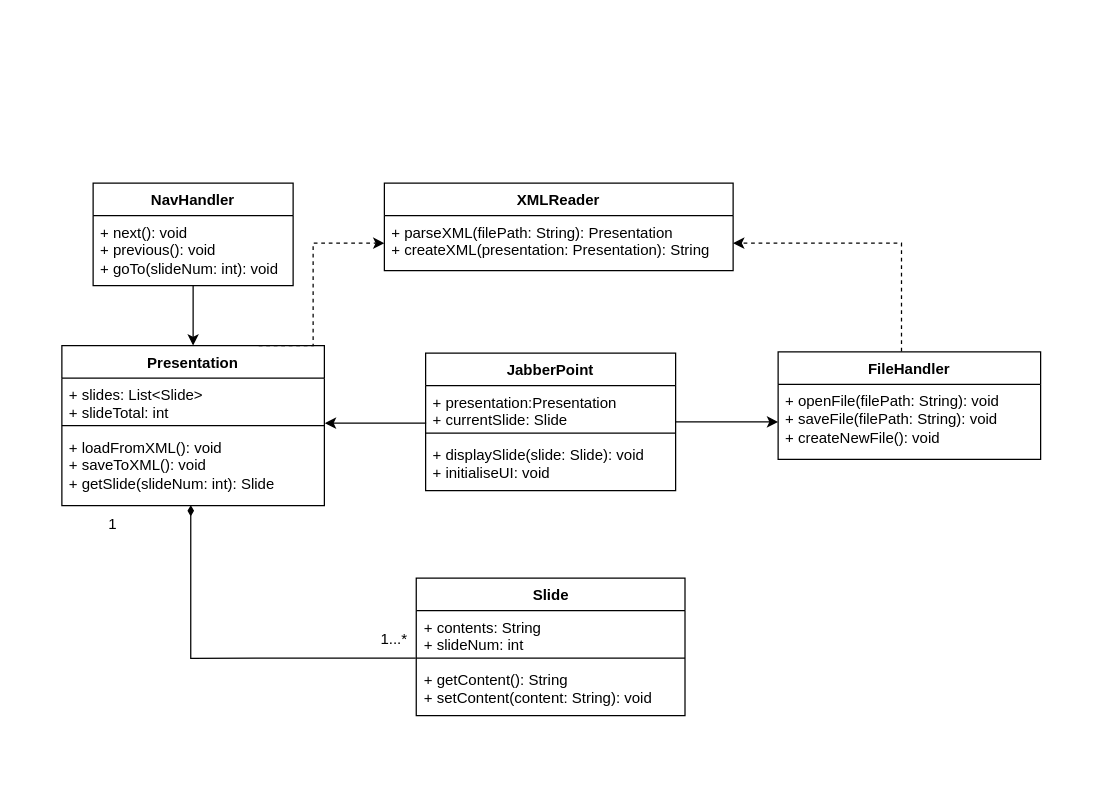
Earlier version of the draw.io diagram page "Page-3" (3 of 3) of jabberpoint pt1.drawio.xml (red-carla/Jabberpoint_OOD_1586331). Source tidied: cells renumbered, new cells numbered last; positions are measured from the earlier drawing's top-left corner, leaving out a move shared by most shapes. Both pictures are drawn from the tidied source at 125%, with x=0, y=0 at pixel (61, 182).
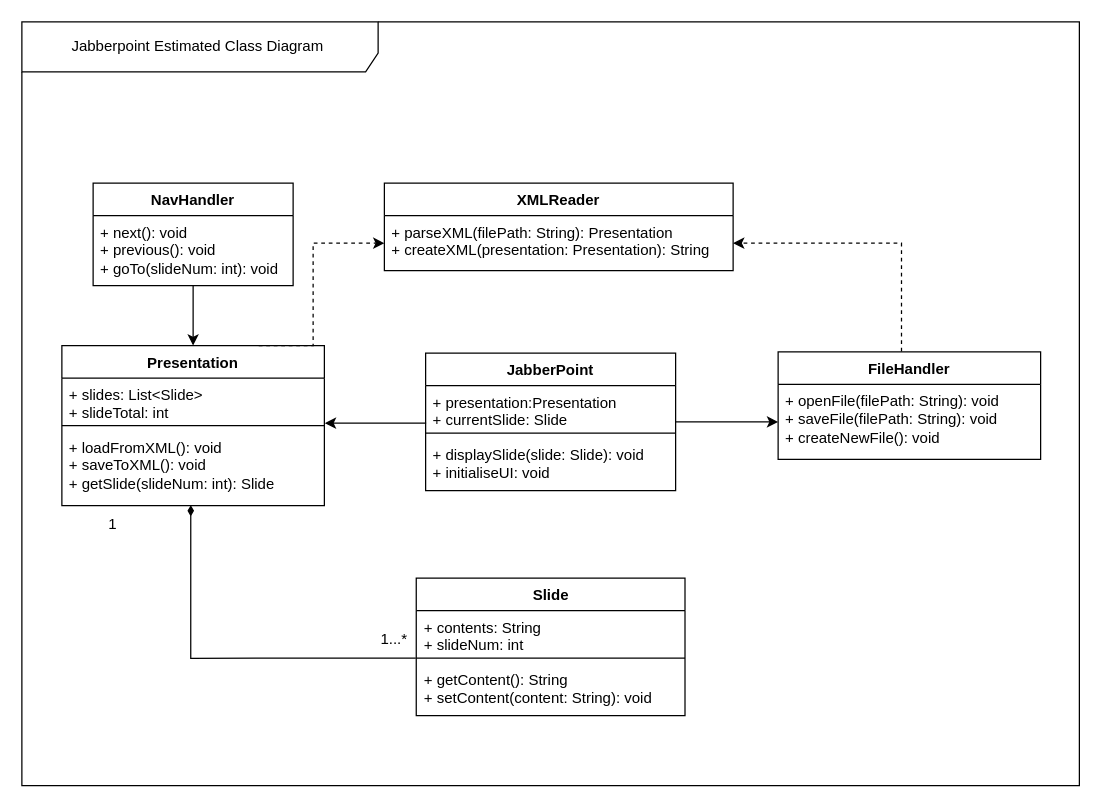
Above is the later version.

The edit, as a diff of the source:
```diff
@@
+    <mxCell id="28" value="Jabberpoint Estimated Class Diagram&amp;nbsp;" style="shape=umlFrame;whiteSpace=wrap;html=1;width=285;height=40;" parent="1" vertex="1">
+      <mxGeometry x="-32" y="-129" width="846" height="611" as="geometry" />
+    </mxCell>
```
